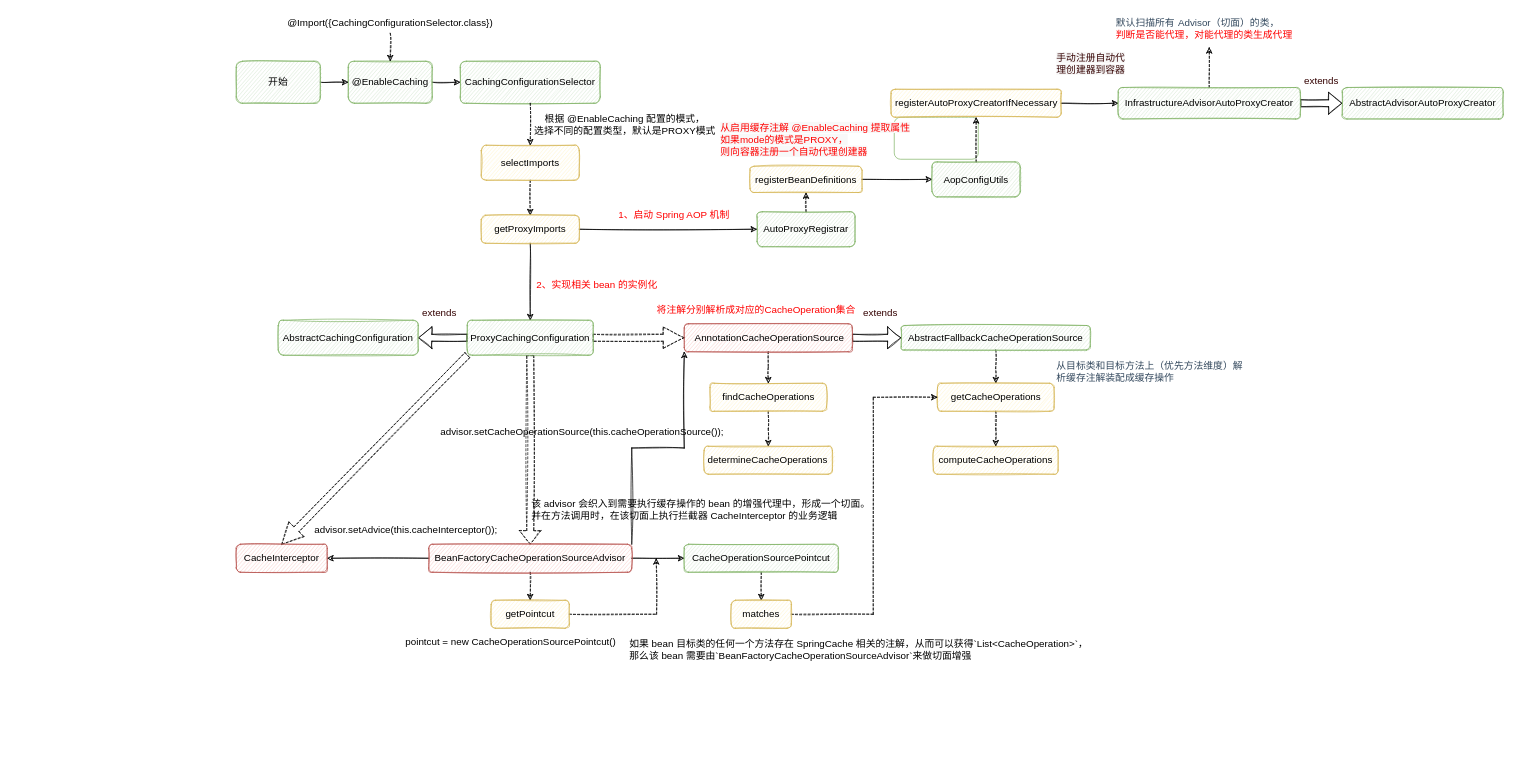
The draw.io diagram SpringCache.drawio in chenzufeng2021/draw.io, before the edit. Source tidied: cells renumbered, new cells numbered last; positions are measured from the earlier drawing's top-left corner, leaving out a move shared by most shapes. Both pictures are drawn from the tidied source at 70%, with x=0, y=0 at pixel (236, 12).
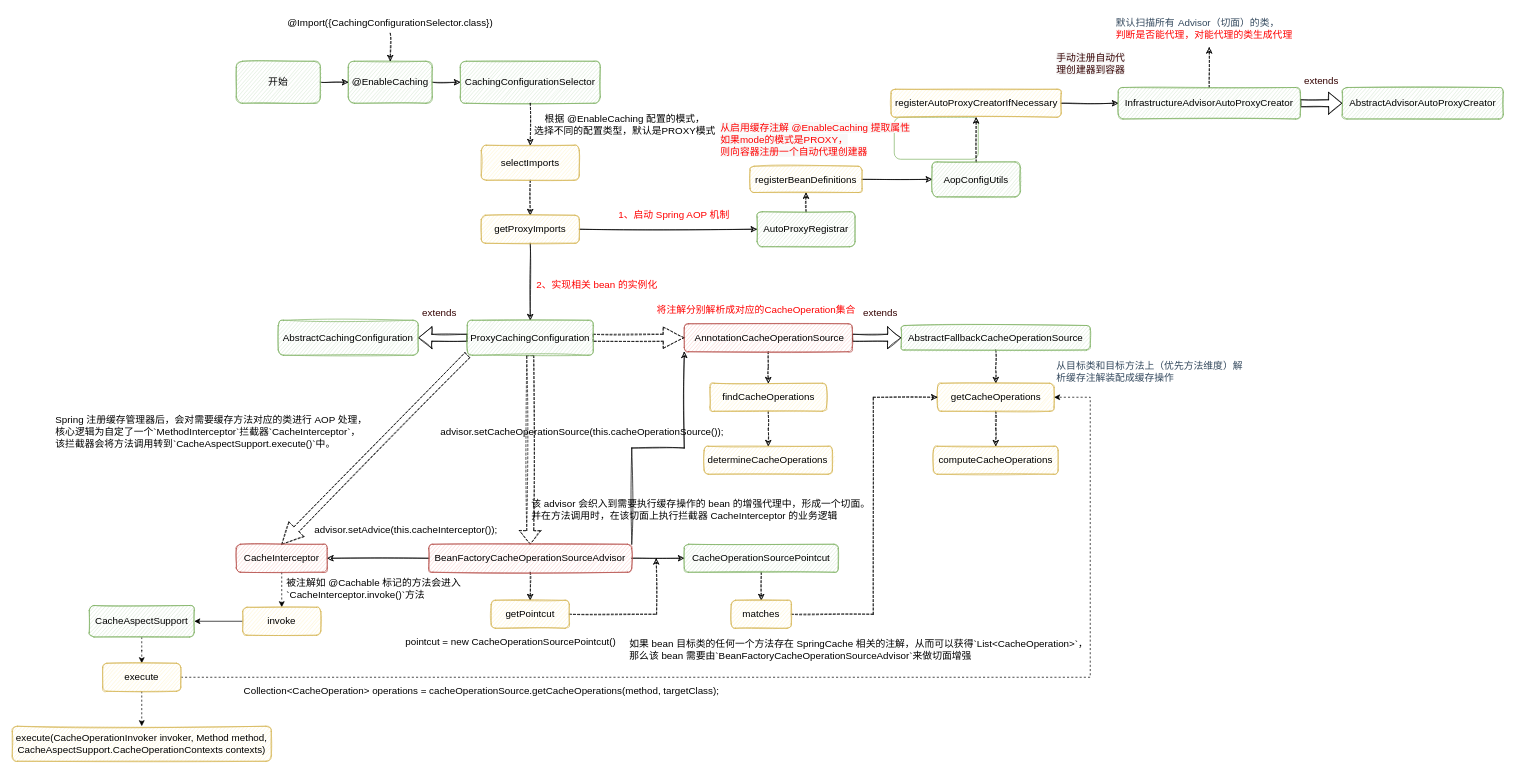
After the change.

Unchanged cells that the change refers to:
```xml
<mxCell id="48" value="&lt;font style=&quot;font-size: 14px&quot;&gt;CacheInterceptor&lt;/font&gt;" style="rounded=1;whiteSpace=wrap;html=1;sketch=1;fillColor=#f8cecc;strokeColor=#b85450;" parent="1" vertex="1">
  <mxGeometry y="760" width="130" height="40" as="geometry" />
</mxCell>
<mxCell id="53" value="&lt;font style=&quot;font-size: 14px&quot;&gt;getCacheOperations&lt;/font&gt;" style="rounded=1;whiteSpace=wrap;html=1;sketch=1;fillColor=#fff2cc;strokeColor=#d6b656;" parent="1" vertex="1">
  <mxGeometry x="1001.8" y="530" width="166.5" height="40" as="geometry" />
</mxCell>
```

What changed in the source:
```diff
@@
+    <mxCell id="73" style="edgeStyle=orthogonalEdgeStyle;rounded=0;jettySize=auto;html=1;dashed=1;" parent="1" edge="1" source="48" target="78">
+      <mxGeometry relative="1" as="geometry" />
+    </mxCell>
@@
+    <mxCell id="74" style="edgeStyle=orthogonalEdgeStyle;rounded=0;jettySize=auto;html=1;dashed=1;" parent="1" edge="1" source="75" target="82">
+      <mxGeometry relative="1" as="geometry" />
+    </mxCell>
+    <mxCell id="75" value="&lt;font style=&quot;font-size: 14px&quot;&gt;CacheAspectSupport&lt;/font&gt;" style="rounded=1;whiteSpace=wrap;html=1;sketch=1;fillColor=#d5e8d4;strokeColor=#82b366;" parent="1" vertex="1">
+      <mxGeometry x="-210" y="847.5" width="150" height="45" as="geometry" />
+    </mxCell>
+    <mxCell id="76" value="Spring 注册缓存管理器后，会对需要缓存方法对应的类进行 AOP 处理，&lt;br&gt;核心逻辑为自定了一个`MethodInterceptor`拦截器`CacheInterceptor`，&lt;br&gt;该拦截器会将方法调用转到`CacheAspectSupport.execute()`中。" style="text;html=1;align=left;verticalAlign=middle;strokeColor=none;fillColor=none;fontSize=14;" parent="1" vertex="1">
+      <mxGeometry x="-260" y="570" width="460" height="60" as="geometry" />
+    </mxCell>
+    <mxCell id="77" style="edgeStyle=orthogonalEdgeStyle;rounded=0;jettySize=auto;html=1;" parent="1" edge="1" source="78" target="75">
+      <mxGeometry relative="1" as="geometry" />
+    </mxCell>
+    <mxCell id="78" value="&lt;font style=&quot;font-size: 14px&quot;&gt;invoke&lt;/font&gt;" style="rounded=1;whiteSpace=wrap;html=1;sketch=1;fillColor=#fff2cc;strokeColor=#d6b656;" parent="1" vertex="1">
+      <mxGeometry x="9.2" y="850" width="111.6" height="40" as="geometry" />
+    </mxCell>
+    <mxCell id="79" value="被注解如 @Cachable 标记的方法会进入&lt;br&gt;`CacheInterceptor.invoke()`方法" style="text;html=1;align=left;verticalAlign=middle;strokeColor=none;fillColor=none;fontSize=14;" parent="1" vertex="1">
+      <mxGeometry x="70" y="802.5" width="260" height="40" as="geometry" />
+    </mxCell>
+    <mxCell id="80" style="edgeStyle=orthogonalEdgeStyle;rounded=0;jettySize=auto;html=1;exitX=1;exitY=0.5;exitDx=0;exitDy=0;entryX=1;entryY=0.5;entryDx=0;entryDy=0;dashed=1;" parent="1" edge="1" source="82" target="53">
+      <mxGeometry relative="1" as="geometry">
+        <Array as="points">
+          <mxPoint x="1220" y="950" />
+          <mxPoint x="1220" y="550" />
+        </Array>
+      </mxGeometry>
+    </mxCell>
+    <mxCell id="81" style="edgeStyle=orthogonalEdgeStyle;rounded=0;jettySize=auto;html=1;dashed=1;" parent="1" edge="1" source="82" target="84">
+      <mxGeometry relative="1" as="geometry" />
+    </mxCell>
+    <mxCell id="82" value="&lt;font style=&quot;font-size: 14px&quot;&gt;execute&lt;/font&gt;" style="rounded=1;whiteSpace=wrap;html=1;sketch=1;fillColor=#fff2cc;strokeColor=#d6b656;" parent="1" vertex="1">
+      <mxGeometry x="-190.8" y="930" width="111.6" height="40" as="geometry" />
+    </mxCell>
+    <mxCell id="83" value="Collection&amp;lt;CacheOperation&amp;gt; operations = cacheOperationSource.getCacheOperations(method, targetClass);" style="text;html=1;align=left;verticalAlign=middle;strokeColor=none;fillColor=none;fontSize=14;" parent="1" vertex="1">
+      <mxGeometry x="9.2" y="960" width="690" height="20" as="geometry" />
+    </mxCell>
+    <mxCell id="84" value="&lt;font style=&quot;font-size: 14px&quot;&gt;execute(CacheOperationInvoker invoker, Method method, CacheAspectSupport.CacheOperationContexts contexts)&lt;/font&gt;" style="rounded=1;whiteSpace=wrap;html=1;sketch=1;fillColor=#fff2cc;strokeColor=#d6b656;" parent="1" vertex="1">
+      <mxGeometry x="-320" y="1020" width="370" height="50" as="geometry" />
+    </mxCell>
```
